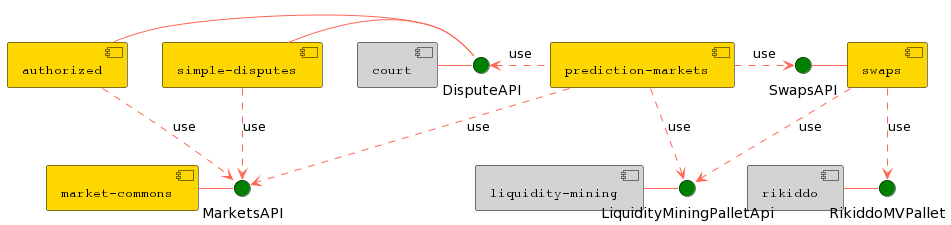
Above: docs/diagrams/png/high_level_component_diagram.png in zeitgeistpm/zeitgeist (PlantUML), before the change.
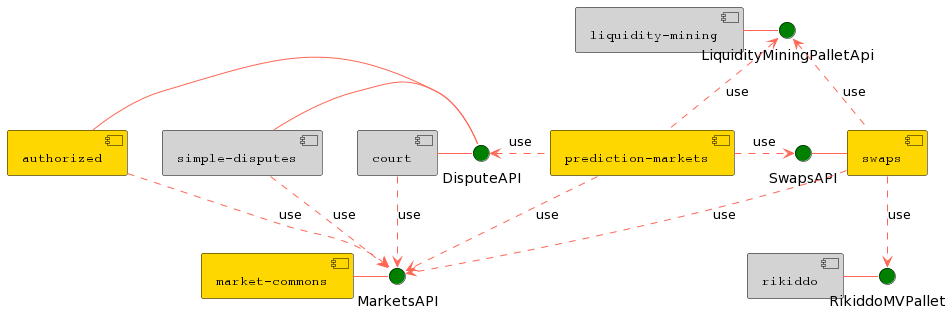
The same diagram one commit later.

The edit, as a diff of the source:
```diff
@@ -16,7 +16,7 @@
 [prediction-markets] as PM
 [authorized] as AU
 [market-commons] as MC
-[simple-disputes] as SD
+[simple-disputes] as SD #Lightgray
 [court] as CO #Lightgray
 [swaps] as SW
 [rikiddo] as RI #Lightgray
@@ -37,9 +37,11 @@
 PM .r.> SwapsAPI : use
 PM ..> MarketsAPI : use
 PM .l.> DisputeAPI : use
-PM .d.> LiquidityMiningPalletApi : use
+PM .u.> LiquidityMiningPalletApi : use
 AU ..> MarketsAPI : use
+CO ..> MarketsAPI : use
 SD ..> MarketsAPI : use
 SW .d.> RikiddoMVPallet : use
-SW .d.> LiquidityMiningPalletApi : use
+SW .u.> LiquidityMiningPalletApi : use
+SW .d.> MarketsAPI : use
 @enduml
```
